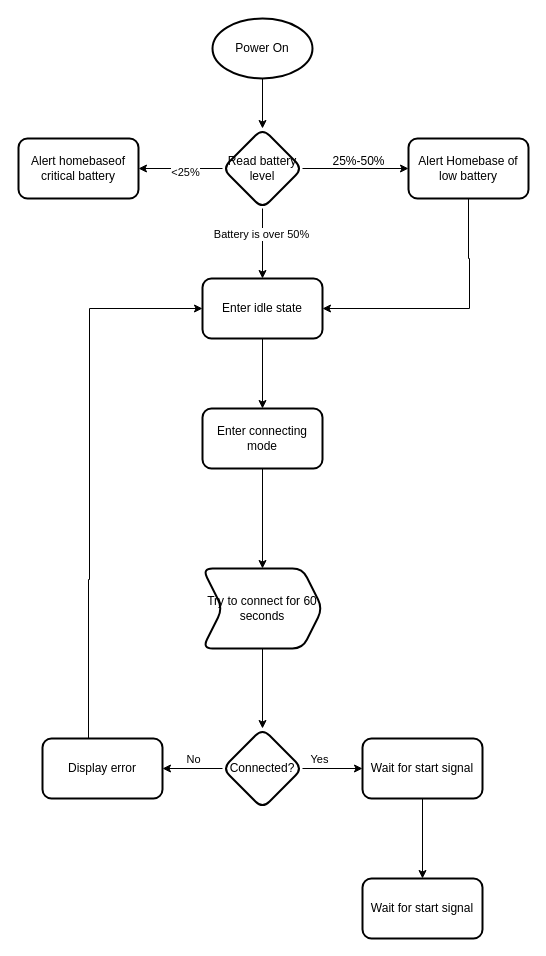
JoshMuir/JoshMuir keeps this draw.io diagram as page "Page-2" (2 of 2) of Hide-Seek/Hide-Side-Data-Flow.drawio. Above is the earlier version. Source tidied: cells renumbered, new cells numbered last; positions are measured from the earlier drawing's top-left corner, leaving out a move shared by most shapes. Both pictures are drawn from the tidied source at 100%, with x=0, y=0 at pixel (18, 18).
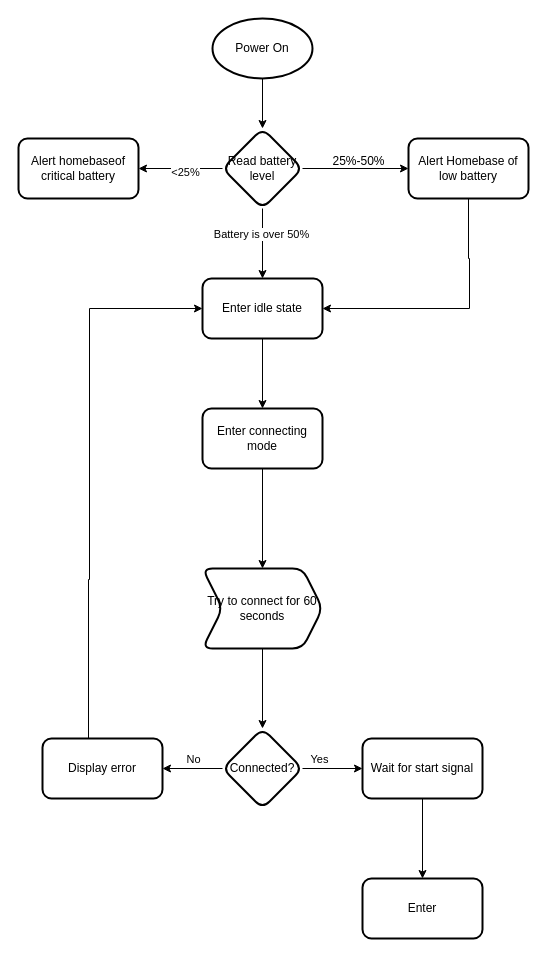
Above is the later version.

The edit, as a diff of the source:
```diff
@@
-    <mxCell id="29" value="Wait for start signal" style="whiteSpace=wrap;html=1;rounded=1;strokeWidth=2;" parent="1" vertex="1">
+    <mxCell id="29" value="Enter " style="whiteSpace=wrap;html=1;rounded=1;strokeWidth=2;" parent="1" vertex="1">
       <mxGeometry x="344" y="860" width="120" height="60" as="geometry" />
     </mxCell>
```
